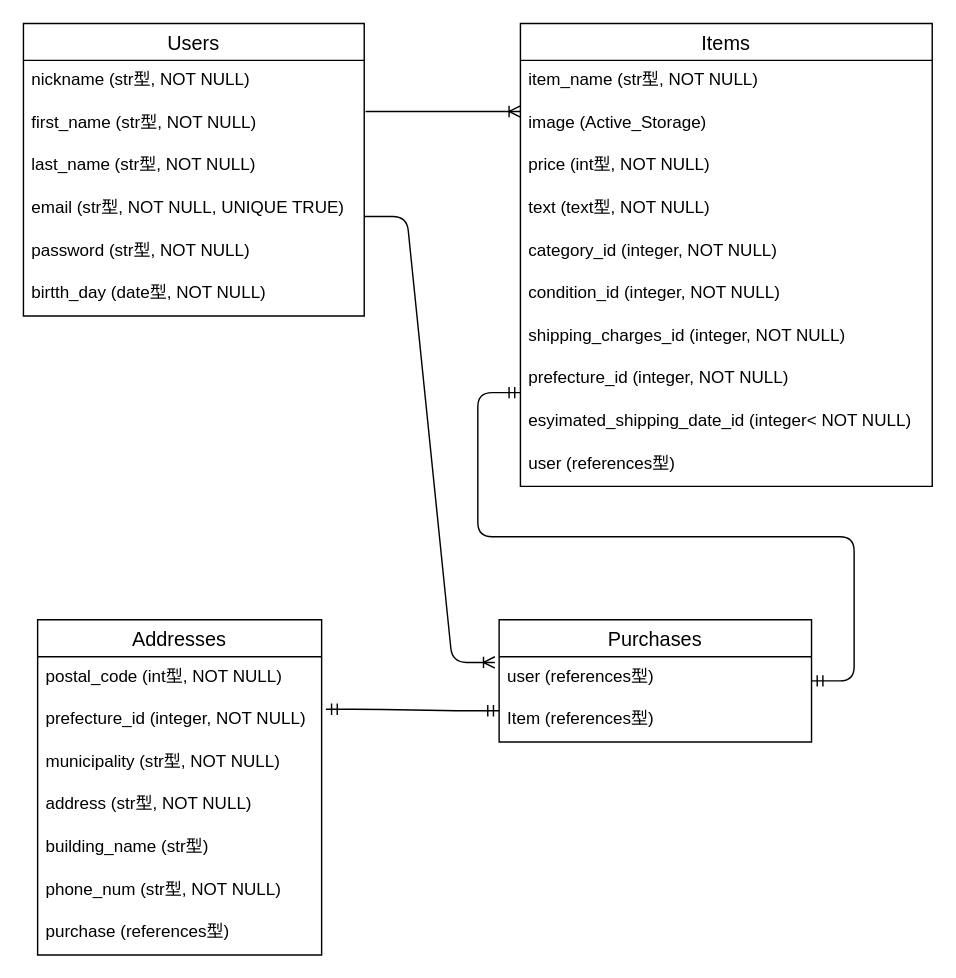
TECH99SUZUMURa/furima-35552 keeps this draw.io diagram as ER.dio. Above is the earlier version. Source tidied: cells renumbered, new cells numbered last; positions are measured from the earlier drawing's top-left corner, leaving out a move shared by most shapes. Both pictures are drawn from the tidied source at 142%, with x=0, y=0 at pixel (23, 23).
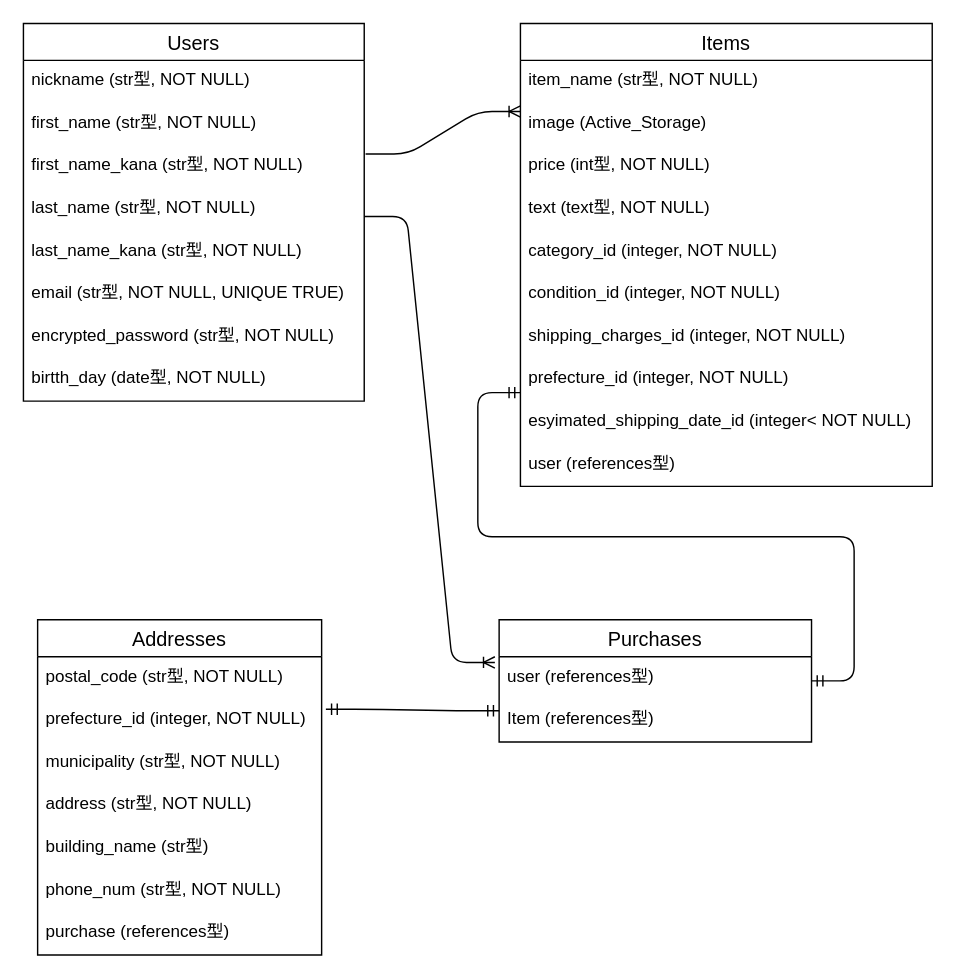
After the change.

The change refers to these unchanged cells:
```xml
<mxCell id="20" value="Addresses" style="swimlane;fontStyle=0;horizontal=1;startSize=26;align=center;fontSize=14;" parent="1" vertex="1">
  <mxGeometry x="10" y="420" width="200" height="236" as="geometry" />
</mxCell>
```

Change to the diagram source:
```diff
@@
     <mxCell id="2" value="Users" style="swimlane;fontStyle=0;horizontal=1;startSize=26;align=center;fontSize=14;" parent="1" vertex="1">
-      <mxGeometry width="240" height="206" as="geometry" />
+      <mxGeometry width="240" height="266" as="geometry" />
     </mxCell>
@@
+    <mxCell id="35" value="first_name (str型, NOT NULL)" style="text;strokeColor=none;fillColor=none;spacingLeft=4;spacingRight=4;overflow=hidden;fontSize=12;" parent="2" vertex="1">
+      <mxGeometry y="56" width="240" height="30" as="geometry" />
+    </mxCell>
-    <mxCell id="4" value="first_name (str型, NOT NULL)" style="text;strokeColor=none;fillColor=none;spacingLeft=4;spacingRight=4;overflow=hidden;points=[[0,0.5],[1,0.5]];portConstraint=eastwest;fontSize=12;" parent="2" vertex="1">
-      <mxGeometry y="56" width="240" height="30" as="geometry" />
+    <mxCell id="4" value="first_name_kana (str型, NOT NULL)" style="text;strokeColor=none;fillColor=none;spacingLeft=4;spacingRight=4;overflow=hidden;points=[[0,0.5],[1,0.5]];portConstraint=eastwest;fontSize=12;" parent="2" vertex="1">
+      <mxGeometry y="86" width="240" height="30" as="geometry" />
     </mxCell>
+    <mxCell id="36" value="last_name (str型, NOT NULL)" style="text;strokeColor=none;fillColor=none;spacingLeft=4;spacingRight=4;overflow=hidden;fontSize=12;" parent="2" vertex="1">
+      <mxGeometry y="116" width="240" height="30" as="geometry" />
+    </mxCell>
-    <mxCell id="5" value="last_name (str型, NOT NULL)" style="text;strokeColor=none;fillColor=none;spacingLeft=4;spacingRight=4;overflow=hidden;fontSize=12;" parent="2" vertex="1">
-      <mxGeometry y="86" width="240" height="30" as="geometry" />
+    <mxCell id="5" value="last_name_kana (str型, NOT NULL)" style="text;strokeColor=none;fillColor=none;spacingLeft=4;spacingRight=4;overflow=hidden;fontSize=12;" parent="2" vertex="1">
+      <mxGeometry y="146" width="240" height="30" as="geometry" />
     </mxCell>
     <mxCell id="6" value="email (str型, NOT NULL, UNIQUE TRUE)" style="text;strokeColor=none;fillColor=none;spacingLeft=4;spacingRight=4;overflow=hidden;fontSize=12;" parent="2" vertex="1">
-      <mxGeometry y="116" width="240" height="30" as="geometry" />
+      <mxGeometry y="176" width="240" height="30" as="geometry" />
     </mxCell>
-    <mxCell id="7" value="password (str型, NOT NULL)" style="text;strokeColor=none;fillColor=none;spacingLeft=4;spacingRight=4;overflow=hidden;fontSize=12;" parent="2" vertex="1">
-      <mxGeometry y="146" width="240" height="30" as="geometry" />
+    <mxCell id="7" value="encrypted_password (str型, NOT NULL)" style="text;strokeColor=none;fillColor=none;spacingLeft=4;spacingRight=4;overflow=hidden;fontSize=12;" parent="2" vertex="1">
+      <mxGeometry y="206" width="240" height="30" as="geometry" />
     </mxCell>
     <mxCell id="8" value="birtth_day (date型, NOT NULL)" style="text;strokeColor=none;fillColor=none;spacingLeft=4;spacingRight=4;overflow=hidden;fontSize=12;" parent="2" vertex="1">
-      <mxGeometry y="176" width="240" height="30" as="geometry" />
+      <mxGeometry y="236" width="240" height="30" as="geometry" />
     </mxCell>
@@
-    <mxCell id="21" value="postal_code (int型, NOT NULL)" style="text;strokeColor=none;fillColor=none;spacingLeft=4;spacingRight=4;overflow=hidden;fontSize=12;" parent="20" vertex="1">
+    <mxCell id="21" value="postal_code (str型, NOT NULL)" style="text;strokeColor=none;fillColor=none;spacingLeft=4;spacingRight=4;overflow=hidden;fontSize=12;" parent="20" vertex="1">
       <mxGeometry y="26" width="200" height="30" as="geometry" />
     </mxCell>
```
